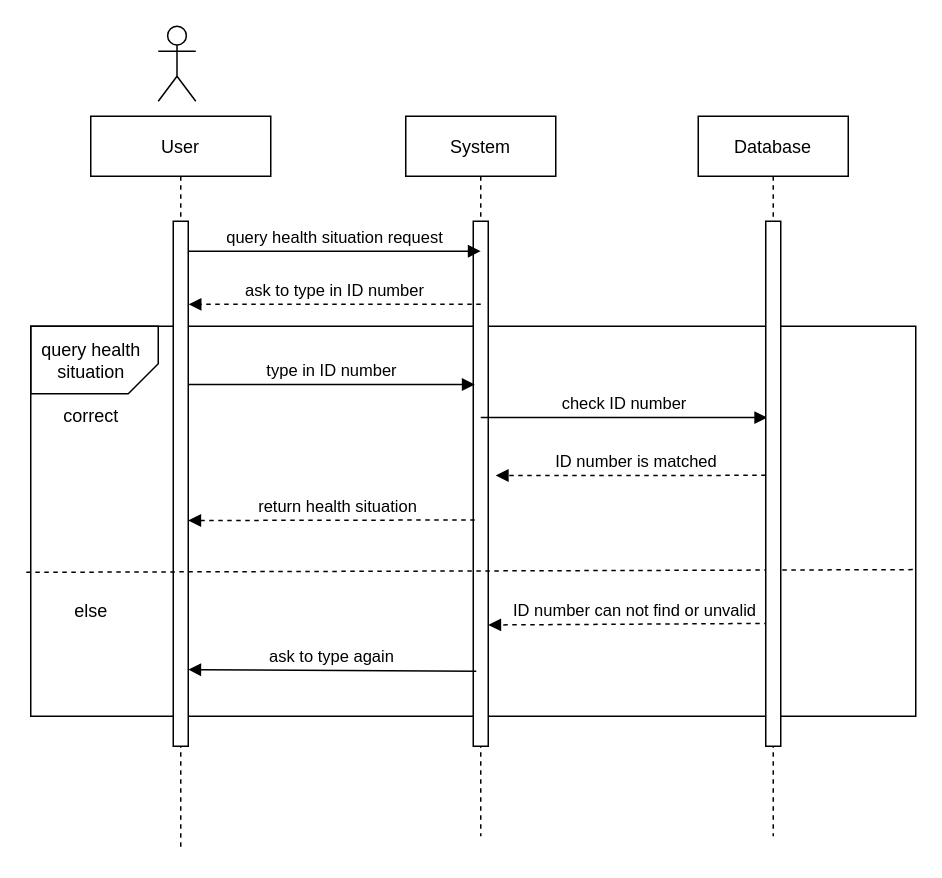
The draw.io diagram page "sequence" (2 of 7) of object diagram.drawio in vivianyiye/vivianyiye, before the edit. Source tidied: cells renumbered, new cells numbered last; positions are measured from the earlier drawing's top-left corner, leaving out a move shared by most shapes. Both pictures are drawn from the tidied source at 150%, with x=0, y=0 at pixel (30, 26).
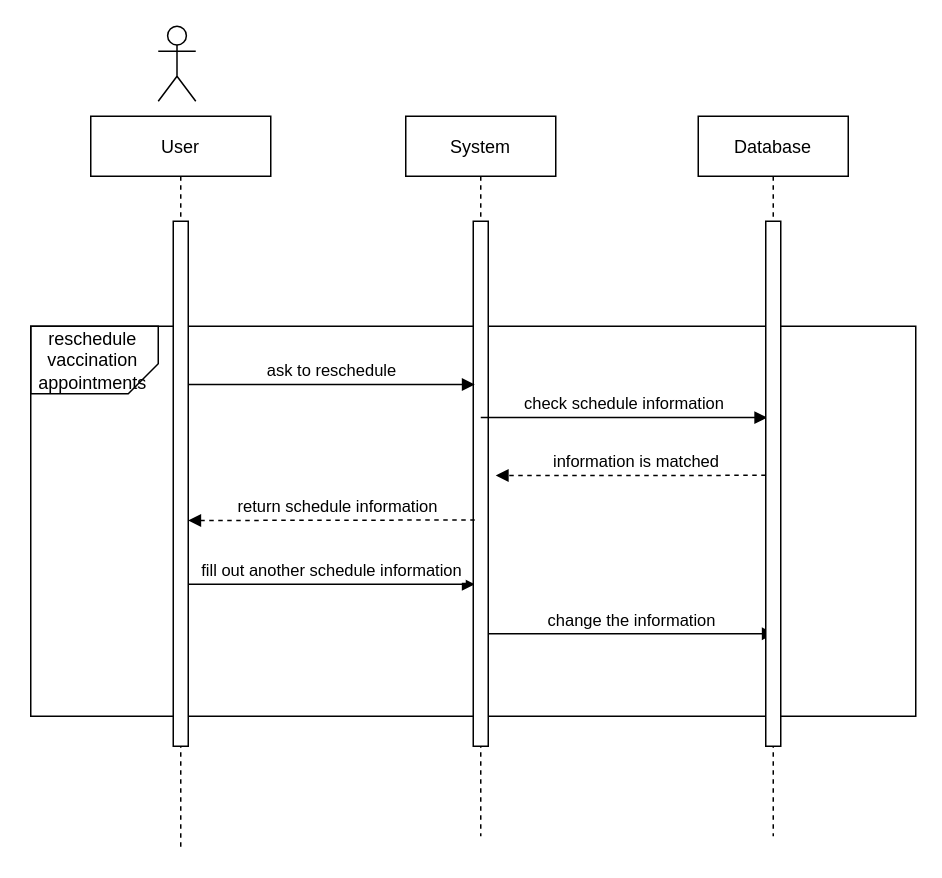
The same page after the edit.

The change refers to these unchanged cells:
```xml
<mxCell id="2" style="rounded=0;whiteSpace=wrap;html=1;fillColor=none;" parent="1" vertex="1">
  <mxGeometry y="200" width="590" height="260" as="geometry" />
</mxCell>
<mxCell id="3" value="User" style="shape=umlLifeline;perimeter=lifelinePerimeter;rounded=0;shadow=0;strokeWidth=1;" parent="1" vertex="1">
  <mxGeometry x="40" y="60" width="120" height="490" as="geometry" />
</mxCell>
<mxCell id="4" style="points=[];perimeter=orthogonalPerimeter;rounded=0;shadow=0;strokeWidth=1;" parent="3" vertex="1">
  <mxGeometry x="55" y="70" width="10" height="350" as="geometry" />
</mxCell>
<mxCell id="5" value="System" style="shape=umlLifeline;perimeter=lifelinePerimeter;rounded=0;shadow=0;strokeWidth=1;" parent="1" vertex="1">
  <mxGeometry x="250" y="60" width="100" height="480" as="geometry" />
</mxCell>
<mxCell id="6" style="points=[];perimeter=orthogonalPerimeter;rounded=0;shadow=0;strokeWidth=1;" parent="5" vertex="1">
  <mxGeometry x="45" y="70" width="10" height="350" as="geometry" />
</mxCell>
<mxCell id="22" style="points=[];perimeter=orthogonalPerimeter;rounded=0;shadow=0;strokeWidth=1;" parent="1" vertex="1">
  <mxGeometry x="490" y="130" width="10" height="350" as="geometry" />
</mxCell>
```

Change to the diagram source:
```diff
@@
+    <mxCell id="23" value="fill out another schedule information" style="verticalAlign=bottom;endArrow=block;shadow=0;strokeWidth=1;entryX=0.1;entryY=0.311;entryDx=0;entryDy=0;entryPerimeter=0;exitX=1;exitY=0.311;exitDx=0;exitDy=0;exitPerimeter=0;" parent="3" edge="1">
+      <mxGeometry relative="1" as="geometry">
+        <mxPoint x="65" y="312" as="sourcePoint" />
+        <mxPoint x="256" y="312" as="targetPoint" />
+      </mxGeometry>
+    </mxCell>
@@
-    <mxCell id="7" value="query health situation request" style="verticalAlign=bottom;endArrow=block;shadow=0;strokeWidth=1;entryX=0.5;entryY=0.057;entryDx=0;entryDy=0;entryPerimeter=0;" parent="1" edge="1" target="6">
-      <mxGeometry relative="1" as="geometry">
-        <mxPoint x="105" y="150" as="sourcePoint" />
-      </mxGeometry>
-    </mxCell>
-    <mxCell id="8" value="ask to type in ID number" style="verticalAlign=bottom;endArrow=block;entryX=1.02;entryY=0.079;shadow=0;strokeWidth=1;entryDx=0;entryDy=0;entryPerimeter=0;dashed=1;exitX=0.5;exitY=0.158;exitDx=0;exitDy=0;exitPerimeter=0;" parent="1" edge="1" source="6">
-      <mxGeometry relative="1" as="geometry">
-        <mxPoint x="105.2" y="185.4" as="targetPoint" />
-      </mxGeometry>
-    </mxCell>
+    <mxCell id="24" value="change the information" style="verticalAlign=bottom;endArrow=block;shadow=0;strokeWidth=1;entryX=0.1;entryY=0.374;entryDx=0;entryDy=0;entryPerimeter=0;exitX=0.5;exitY=0.374;exitDx=0;exitDy=0;exitPerimeter=0;" parent="5" edge="1">
+      <mxGeometry relative="1" as="geometry">
+        <mxPoint x="55" y="345" as="sourcePoint" />
+        <mxPoint x="246" y="345" as="targetPoint" />
+      </mxGeometry>
+    </mxCell>
@@
-    <mxCell id="11" value="type in ID number" style="verticalAlign=bottom;endArrow=block;shadow=0;strokeWidth=1;entryX=0.1;entryY=0.311;entryDx=0;entryDy=0;entryPerimeter=0;exitX=1;exitY=0.311;exitDx=0;exitDy=0;exitPerimeter=0;" parent="1" edge="1" source="4" target="6">
+    <mxCell id="11" value="ask to reschedule" style="verticalAlign=bottom;endArrow=block;shadow=0;strokeWidth=1;entryX=0.1;entryY=0.311;entryDx=0;entryDy=0;entryPerimeter=0;exitX=1;exitY=0.311;exitDx=0;exitDy=0;exitPerimeter=0;" parent="1" edge="1" source="4" target="6">
       <mxGeometry relative="1" as="geometry" />
     </mxCell>
-    <mxCell id="12" value="check ID number" style="verticalAlign=bottom;endArrow=block;shadow=0;strokeWidth=1;entryX=0.1;entryY=0.374;entryDx=0;entryDy=0;entryPerimeter=0;exitX=0.5;exitY=0.374;exitDx=0;exitDy=0;exitPerimeter=0;" parent="1" edge="1" source="6" target="22">
+    <mxCell id="12" value="check schedule information" style="verticalAlign=bottom;endArrow=block;shadow=0;strokeWidth=1;entryX=0.1;entryY=0.374;entryDx=0;entryDy=0;entryPerimeter=0;exitX=0.5;exitY=0.374;exitDx=0;exitDy=0;exitPerimeter=0;" parent="1" edge="1" source="6" target="22">
       <mxGeometry relative="1" as="geometry" />
     </mxCell>
-    <mxCell id="13" value="ID number is matched" style="verticalAlign=bottom;endArrow=block;shadow=0;strokeWidth=1;dashed=1;exitX=0;exitY=0.484;exitDx=0;exitDy=0;exitPerimeter=0;" parent="1" edge="1" source="22">
+    <mxCell id="13" value="information is matched" style="verticalAlign=bottom;endArrow=block;shadow=0;strokeWidth=1;dashed=1;exitX=0;exitY=0.484;exitDx=0;exitDy=0;exitPerimeter=0;" parent="1" edge="1" source="22">
       <mxGeometry x="-0.05" relative="1" as="geometry">
         <mxPoint x="310" y="299.5" as="targetPoint" />
       </mxGeometry>
     </mxCell>
-    <mxCell id="14" value="ID number can not find or unvalid" style="verticalAlign=bottom;endArrow=block;shadow=0;strokeWidth=1;dashed=1;entryX=1;entryY=0.769;entryDx=0;entryDy=0;entryPerimeter=0;exitX=0.2;exitY=0.766;exitDx=0;exitDy=0;exitPerimeter=0;" parent="1" edge="1" source="22" target="6">
-      <mxGeometry x="-0.05" relative="1" as="geometry" />
-    </mxCell>
-    <mxCell id="15" value="ask to type again" style="verticalAlign=bottom;endArrow=block;shadow=0;strokeWidth=1;entryX=1;entryY=0.854;entryDx=0;entryDy=0;entryPerimeter=0;exitX=0.2;exitY=0.857;exitDx=0;exitDy=0;exitPerimeter=0;" parent="1" edge="1" source="6" target="4">
-      <mxGeometry relative="1" as="geometry" />
-    </mxCell>
-    <mxCell id="16" style="endArrow=none;dashed=1;html=1;exitX=-0.005;exitY=0.631;exitDx=0;exitDy=0;entryX=0.998;entryY=0.624;entryDx=0;entryDy=0;entryPerimeter=0;exitPerimeter=0;" parent="1" edge="1" source="2" target="2">
-      <mxGeometry relative="1" as="geometry" />
-    </mxCell>
-    <mxCell id="17" value="correct" style="text;html=1;align=center;verticalAlign=middle;strokeColor=none;" parent="1" vertex="1">
-      <mxGeometry x="15" y="250" width="50" height="20" as="geometry" />
-    </mxCell>
-    <mxCell id="18" value="else" style="text;html=1;align=center;verticalAlign=middle;strokeColor=none;" parent="1" vertex="1">
-      <mxGeometry x="20" y="380" width="40" height="20" as="geometry" />
-    </mxCell>
-    <mxCell id="19" value="query health&lt;br&gt;situation" style="text;html=1;align=center;verticalAlign=middle;strokeColor=none;" parent="1" vertex="1">
-      <mxGeometry y="207.5" width="80" height="30" as="geometry" />
+    <mxCell id="19" value="reschedule &lt;br&gt;vaccination &lt;br&gt;appointments" style="text;html=1;align=center;verticalAlign=middle;strokeColor=none;" parent="1" vertex="1">
+      <mxGeometry y="199.5" width="82" height="46" as="geometry" />
     </mxCell>
@@
-    <mxCell id="21" value="return health situation" style="verticalAlign=bottom;endArrow=block;shadow=0;strokeWidth=1;dashed=1;entryX=0.54;entryY=0.228;entryDx=0;entryDy=0;entryPerimeter=0;exitX=0.1;exitY=0.569;exitDx=0;exitDy=0;exitPerimeter=0;" parent="1" edge="1" source="6">
+    <mxCell id="21" value="return schedule information" style="verticalAlign=bottom;endArrow=block;shadow=0;strokeWidth=1;dashed=1;entryX=0.54;entryY=0.228;entryDx=0;entryDy=0;entryPerimeter=0;exitX=0.1;exitY=0.569;exitDx=0;exitDy=0;exitPerimeter=0;" parent="1" edge="1" source="6">
       <mxGeometry x="-0.05" relative="1" as="geometry">
         <mxPoint x="105" y="329.5" as="targetPoint" />
       </mxGeometry>
     </mxCell>
```
